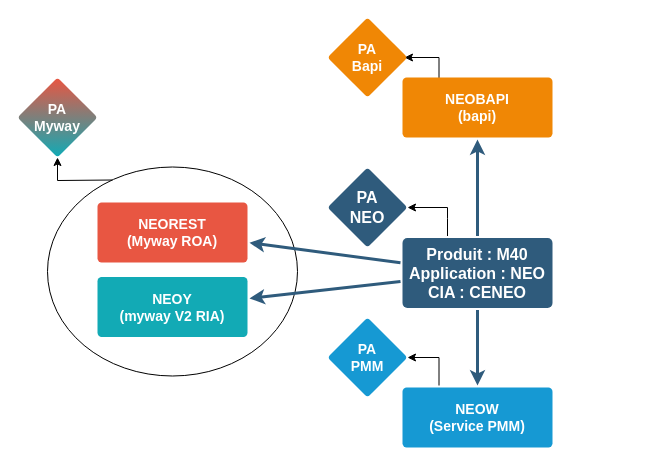
Above: NEO_cia_pa.drawio in jmrablat/diagrams (draw.io), before the change. Source tidied: cells renumbered, new cells numbered last; positions are measured from the earlier drawing's top-left corner, leaving out a move shared by most shapes. Both pictures are drawn from the tidied source at 100%, with x=0, y=0 at pixel (17, 17).
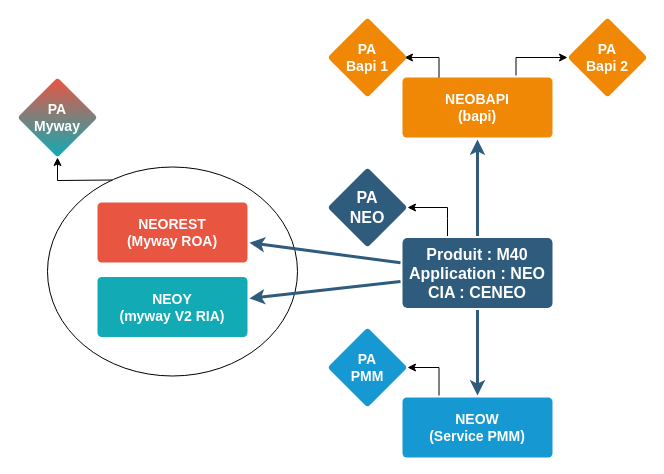
Above is the later version.

Commit message:
ajout PA2 pour bapi

Unchanged cells that the change refers to:
```xml
<mxCell id="14" value="NEOBAPI&lt;br&gt;(bapi)" style="rounded=1;whiteSpace=wrap;html=1;shadow=0;labelBackgroundColor=none;strokeColor=none;strokeWidth=3;fillColor=#F08705;fontFamily=Helvetica;fontSize=14;fontColor=#FFFFFF;align=center;spacing=5;fontStyle=1;arcSize=7;perimeterSpacing=2;" parent="1" vertex="1">
  <mxGeometry x="385" y="60" width="150" height="60" as="geometry" />
</mxCell>
```

The edit, as a diff of the source:
```diff
@@
     <mxCell id="11" style="edgeStyle=orthogonalEdgeStyle;rounded=0;jettySize=auto;html=1;entryX=1;entryY=0.5;entryDx=0;entryDy=0;exitX=0.25;exitY=0;exitDx=0;exitDy=0;" parent="1" edge="1" source="12" target="19">
       <mxGeometry relative="1" as="geometry">
         <Array as="points">
-          <mxPoint x="422" y="340" />
+          <mxPoint x="422" y="350" />
         </Array>
       </mxGeometry>
     </mxCell>
     <mxCell id="12" value="NEOW&lt;br&gt;(Service PMM)" style="rounded=1;whiteSpace=wrap;html=1;shadow=0;labelBackgroundColor=none;strokeColor=none;strokeWidth=3;fillColor=#1699d3;fontFamily=Helvetica;fontSize=14;fontColor=#FFFFFF;align=center;spacing=5;fontStyle=1;arcSize=7;perimeterSpacing=2;" parent="1" vertex="1">
-      <mxGeometry x="385" y="370" width="150" height="60" as="geometry" />
+      <mxGeometry x="385" y="380" width="150" height="60" as="geometry" />
     </mxCell>
@@
+    <mxCell id="20" style="edgeStyle=orthogonalEdgeStyle;rounded=0;jettySize=auto;html=1;exitX=0.75;exitY=0;exitDx=0;exitDy=0;entryX=0;entryY=0.5;entryDx=0;entryDy=0;" parent="1" edge="1" source="14" target="21">
+      <mxGeometry relative="1" as="geometry">
+        <Array as="points">
+          <mxPoint x="499" y="40" />
+        </Array>
+      </mxGeometry>
+    </mxCell>
@@
-    <mxCell id="17" value="PA&lt;br&gt;Bapi" style="rhombus;whiteSpace=wrap;html=1;fontSize=14;fillColor=#F08705;strokeColor=none;fontColor=#FFFFFF;rounded=1;shadow=0;labelBackgroundColor=none;strokeWidth=3;spacing=5;fontStyle=1;arcSize=7;" parent="1" vertex="1">
+    <mxCell id="17" value="PA&lt;br&gt;Bapi 1" style="rhombus;whiteSpace=wrap;html=1;fontSize=14;fillColor=#F08705;strokeColor=none;fontColor=#FFFFFF;rounded=1;shadow=0;labelBackgroundColor=none;strokeWidth=3;spacing=5;fontStyle=1;arcSize=7;" parent="1" vertex="1">
       <mxGeometry x="310" width="80" height="80" as="geometry" />
     </mxCell>
@@
     <mxCell id="19" value="PA&lt;br&gt;PMM" style="rhombus;whiteSpace=wrap;html=1;fontSize=14;fillColor=#1699d3;strokeColor=none;fontColor=#FFFFFF;rounded=1;shadow=0;labelBackgroundColor=none;strokeWidth=3;spacing=5;fontStyle=1;arcSize=7;" parent="1" vertex="1">
-      <mxGeometry x="310" y="300" width="80" height="80" as="geometry" />
+      <mxGeometry x="310" y="310" width="80" height="80" as="geometry" />
     </mxCell>
+    <mxCell id="21" value="PA&lt;br&gt;Bapi 2" style="rhombus;whiteSpace=wrap;html=1;fontSize=14;fillColor=#F08705;strokeColor=none;fontColor=#FFFFFF;rounded=1;shadow=0;labelBackgroundColor=none;strokeWidth=3;spacing=5;fontStyle=1;arcSize=7;" parent="1" vertex="1">
+      <mxGeometry x="550" width="80" height="80" as="geometry" />
+    </mxCell>
```
